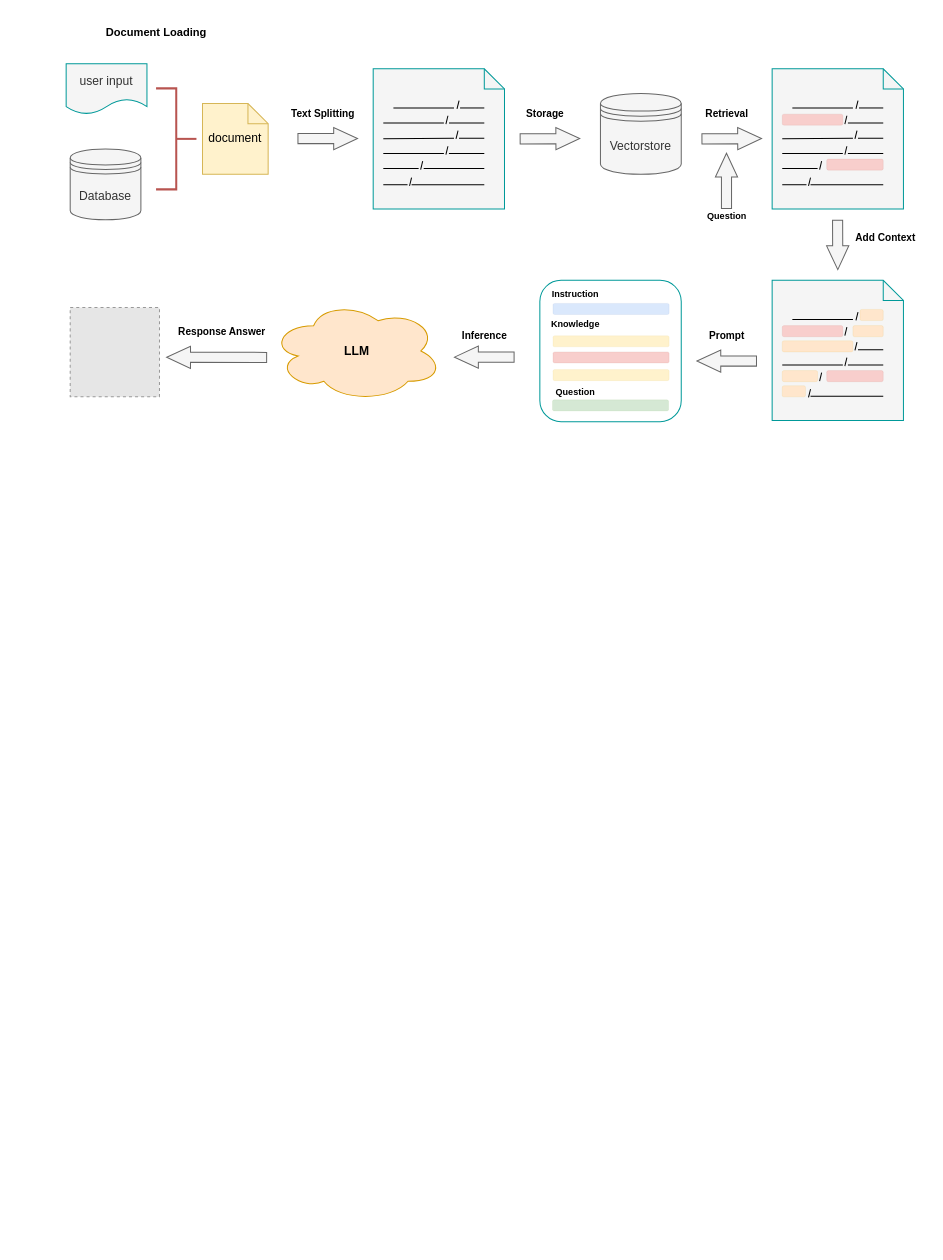
Above: page "option-3" (11 of 13) of research.drawio in Asimok/draw (draw.io), before the change. Source tidied: cells renumbered, new cells numbered last; positions are measured from the earlier drawing's top-left corner, leaving out a move shared by most shapes. Both pictures are drawn from the tidied source at 101%, with x=0, y=0 at pixel (66, 17). Pictures stored in the file or linked from it are replaced by grey dashed boxes.
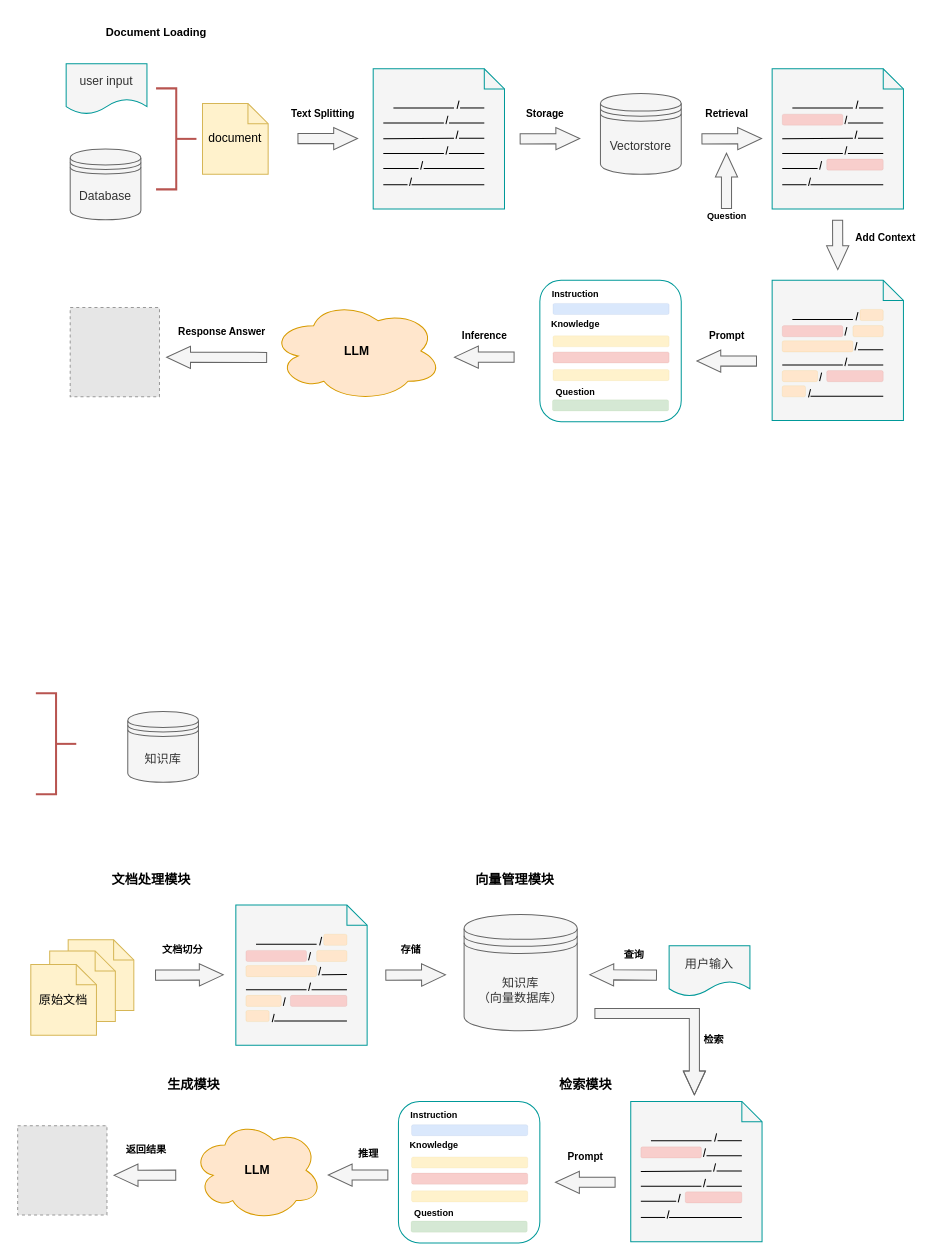
After the change.

Change to the diagram source:
```diff
@@
+    <mxCell id="92" value="知识库" style="shape=datastore;whiteSpace=wrap;html=1;fillColor=#f5f5f5;strokeColor=#666666;fontColor=#333333;" parent="1" vertex="1">
+      <mxGeometry x="61" y="687" width="70" height="70" as="geometry" />
+    </mxCell>
+    <mxCell id="93" style="shape=note;size=20;whiteSpace=wrap;html=1;fillColor=#fff2cc;strokeColor=#d6b656;" parent="1" vertex="1">
+      <mxGeometry x="2" y="913" width="65" height="70" as="geometry" />
+    </mxCell>
+    <mxCell id="94" value="&lt;b style=&quot;&quot;&gt;&lt;font style=&quot;font-size: 13px;&quot;&gt;文档处理模块&lt;/font&gt;&lt;/b&gt;" style="text;html=1;align=center;verticalAlign=middle;strokeColor=none;fillColor=none;" parent="1" vertex="1">
+      <mxGeometry x="34" y="838" width="100" height="30" as="geometry" />
+    </mxCell>
+    <mxCell id="95" value="&lt;b&gt;&lt;font style=&quot;font-size: 10px;&quot;&gt;文档切分&lt;/font&gt;&lt;/b&gt;" style="text;html=1;align=center;verticalAlign=middle;strokeColor=none;fillColor=none;" parent="1" vertex="1">
+      <mxGeometry x="84.5" y="907.5" width="60" height="30" as="geometry" />
+    </mxCell>
+    <mxCell id="96" style="strokeWidth=2;html=1;shape=mxgraph.flowchart.annotation_2;align=left;labelPosition=right;direction=west;fillColor=#f8cecc;strokeColor=#b85450;" parent="1" vertex="1">
+      <mxGeometry x="-30" y="669" width="40" height="100" as="geometry" />
+    </mxCell>
+    <mxCell id="97" value="用户输入" style="shape=document;whiteSpace=wrap;html=1;boundedLbl=1;fillColor=#f5f5f5;fontColor=#333333;strokeColor=#009999;" parent="1" vertex="1">
+      <mxGeometry x="597" y="919" width="80" height="50" as="geometry" />
+    </mxCell>
+    <mxCell id="98" style="shape=flexArrow;endArrow=classic;html=1;rounded=0;endWidth=11;endSize=7.54;fillColor=#f5f5f5;strokeColor=#666666;" parent="1" edge="1">
+      <mxGeometry relative="1" as="geometry">
+        <mxPoint x="88" y="948" as="sourcePoint" />
+        <mxPoint x="156" y="947.7" as="targetPoint" />
+      </mxGeometry>
+    </mxCell>
+    <mxCell id="99" style="shape=flexArrow;endArrow=classic;html=1;rounded=0;endWidth=11;endSize=7.54;fillColor=#f5f5f5;strokeColor=#666666;" parent="1" edge="1">
+      <mxGeometry relative="1" as="geometry">
+        <mxPoint x="316" y="948" as="sourcePoint" />
+        <mxPoint x="376" y="947.7" as="targetPoint" />
+      </mxGeometry>
+    </mxCell>
+    <mxCell id="100" value="&lt;b&gt;&lt;font style=&quot;font-size: 10px;&quot;&gt;存储&lt;/font&gt;&lt;/b&gt;" style="text;html=1;align=center;verticalAlign=middle;strokeColor=none;fillColor=none;" parent="1" vertex="1">
+      <mxGeometry x="321" y="908" width="40" height="30" as="geometry" />
+    </mxCell>
+    <mxCell id="101" value="知识库&lt;div&gt;（向量数据库）&lt;/div&gt;" style="shape=datastore;whiteSpace=wrap;html=1;fillColor=#f5f5f5;strokeColor=#666666;fontColor=#333333;" parent="1" vertex="1">
+      <mxGeometry x="394" y="888" width="112" height="115" as="geometry" />
+    </mxCell>
+    <mxCell id="102" style="shape=flexArrow;endArrow=classic;html=1;rounded=0;endWidth=11;endSize=7.54;fillColor=#f5f5f5;strokeColor=#666666;" parent="1" edge="1">
+      <mxGeometry relative="1" as="geometry">
+        <mxPoint x="523" y="986" as="sourcePoint" />
+        <mxPoint x="622" y="1067" as="targetPoint" />
+        <Array as="points">
+          <mxPoint x="622" y="986" />
+        </Array>
+      </mxGeometry>
+    </mxCell>
+    <mxCell id="103" style="shape=flexArrow;endArrow=classic;html=1;rounded=0;endWidth=11;endSize=7.54;fillColor=#f5f5f5;strokeColor=#666666;" parent="1" edge="1">
+      <mxGeometry relative="1" as="geometry">
+        <mxPoint x="585" y="948" as="sourcePoint" />
+        <mxPoint x="518" y="947.5" as="targetPoint" />
+      </mxGeometry>
+    </mxCell>
+    <mxCell id="104" value="&lt;b style=&quot;border-color: var(--border-color);&quot;&gt;&lt;font style=&quot;border-color: var(--border-color); font-size: 10px;&quot;&gt;查询&lt;/font&gt;&lt;/b&gt;" style="text;html=1;align=center;verticalAlign=middle;strokeColor=none;fillColor=none;" parent="1" vertex="1">
+      <mxGeometry x="542" y="913" width="40" height="30" as="geometry" />
+    </mxCell>
+    <mxCell id="105" value="&lt;b&gt;&lt;font style=&quot;font-size: 10px;&quot;&gt;检索&lt;/font&gt;&lt;/b&gt;" style="text;html=1;align=center;verticalAlign=middle;strokeColor=none;fillColor=none;" parent="1" vertex="1">
+      <mxGeometry x="621" y="997" width="40" height="30" as="geometry" />
+    </mxCell>
+    <mxCell id="106" style="shape=note;size=20;whiteSpace=wrap;html=1;fillColor=#f5f5f5;strokeColor=#009999;strokeWidth=1;fontColor=#333333;" parent="1" vertex="1">
+      <mxGeometry x="559" y="1073.1" width="130" height="138.8" as="geometry" />
+    </mxCell>
+    <mxCell id="107" style="endArrow=none;html=1;rounded=0;" parent="1" edge="1">
+      <mxGeometry relative="1" as="geometry">
+        <mxPoint x="579" y="1111.9" as="sourcePoint" />
+        <mxPoint x="639" y="1111.9" as="targetPoint" />
+      </mxGeometry>
+    </mxCell>
+    <mxCell id="108" style="endArrow=none;html=1;rounded=0;jumpSize=4;" parent="1" edge="1">
+      <mxGeometry relative="1" as="geometry">
+        <mxPoint x="642" y="1112.9" as="sourcePoint" />
+        <mxPoint x="644" y="1104.6" as="targetPoint" />
+      </mxGeometry>
+    </mxCell>
+    <mxCell id="109" style="endArrow=none;html=1;rounded=0;entryX=0.917;entryY=0.218;entryDx=0;entryDy=0;entryPerimeter=0;" parent="1" edge="1">
+      <mxGeometry relative="1" as="geometry">
+        <mxPoint x="645" y="1111.9" as="sourcePoint" />
+        <mxPoint x="669" y="1111.9" as="targetPoint" />
+      </mxGeometry>
+    </mxCell>
+    <mxCell id="110" style="endArrow=none;html=1;rounded=0;jumpSize=4;" parent="1" edge="1">
+      <mxGeometry relative="1" as="geometry">
+        <mxPoint x="631" y="1127.9" as="sourcePoint" />
+        <mxPoint x="633" y="1119.6" as="targetPoint" />
+      </mxGeometry>
+    </mxCell>
+    <mxCell id="111" style="endArrow=none;html=1;rounded=0;" parent="1" edge="1">
+      <mxGeometry relative="1" as="geometry">
+        <mxPoint x="634" y="1126.9" as="sourcePoint" />
+        <mxPoint x="669" y="1126.9" as="targetPoint" />
+      </mxGeometry>
+    </mxCell>
+    <mxCell id="112" style="endArrow=none;html=1;rounded=0;" parent="1" edge="1">
+      <mxGeometry relative="1" as="geometry">
+        <mxPoint x="569" y="1142.3" as="sourcePoint" />
+        <mxPoint x="639" y="1141.9" as="targetPoint" />
+      </mxGeometry>
+    </mxCell>
+    <mxCell id="113" style="endArrow=none;html=1;rounded=0;jumpSize=4;" parent="1" edge="1">
+      <mxGeometry relative="1" as="geometry">
+        <mxPoint x="641" y="1142.6" as="sourcePoint" />
+        <mxPoint x="643" y="1134.4" as="targetPoint" />
+      </mxGeometry>
+    </mxCell>
+    <mxCell id="114" style="endArrow=none;html=1;rounded=0;" parent="1" edge="1">
+      <mxGeometry relative="1" as="geometry">
+        <mxPoint x="644" y="1142" as="sourcePoint" />
+        <mxPoint x="669" y="1141.9" as="targetPoint" />
+      </mxGeometry>
+    </mxCell>
+    <mxCell id="115" style="endArrow=none;html=1;rounded=0;" parent="1" edge="1">
+      <mxGeometry relative="1" as="geometry">
+        <mxPoint x="569" y="1157" as="sourcePoint" />
+        <mxPoint x="629" y="1157" as="targetPoint" />
+      </mxGeometry>
+    </mxCell>
+    <mxCell id="116" style="endArrow=none;html=1;rounded=0;jumpSize=4;" parent="1" edge="1">
+      <mxGeometry relative="1" as="geometry">
+        <mxPoint x="631" y="1158" as="sourcePoint" />
+        <mxPoint x="633" y="1149.8" as="targetPoint" />
+      </mxGeometry>
+    </mxCell>
+    <mxCell id="117" style="endArrow=none;html=1;rounded=0;" parent="1" edge="1">
+      <mxGeometry relative="1" as="geometry">
+        <mxPoint x="634" y="1157" as="sourcePoint" />
+        <mxPoint x="669" y="1157" as="targetPoint" />
+      </mxGeometry>
+    </mxCell>
+    <mxCell id="118" style="endArrow=none;html=1;rounded=0;" parent="1" edge="1">
+      <mxGeometry relative="1" as="geometry">
+        <mxPoint x="569" y="1171.9" as="sourcePoint" />
+        <mxPoint x="604" y="1171.9" as="targetPoint" />
+      </mxGeometry>
+    </mxCell>
+    <mxCell id="119" style="endArrow=none;html=1;rounded=0;jumpSize=4;" parent="1" edge="1">
+      <mxGeometry relative="1" as="geometry">
+        <mxPoint x="606" y="1172.9" as="sourcePoint" />
+        <mxPoint x="608" y="1164.6" as="targetPoint" />
+      </mxGeometry>
+    </mxCell>
+    <mxCell id="120" style="endArrow=none;html=1;rounded=0;entryX=0.917;entryY=0.218;entryDx=0;entryDy=0;entryPerimeter=0;" parent="1" edge="1">
+      <mxGeometry relative="1" as="geometry">
+        <mxPoint x="569" y="1187.9" as="sourcePoint" />
+        <mxPoint x="593" y="1187.9" as="targetPoint" />
+      </mxGeometry>
+    </mxCell>
+    <mxCell id="121" style="endArrow=none;html=1;rounded=0;jumpSize=4;" parent="1" edge="1">
+      <mxGeometry relative="1" as="geometry">
+        <mxPoint x="595" y="1189.1" as="sourcePoint" />
+        <mxPoint x="597" y="1180.9" as="targetPoint" />
+      </mxGeometry>
+    </mxCell>
+    <mxCell id="122" style="endArrow=none;html=1;rounded=0;" parent="1" edge="1">
+      <mxGeometry relative="1" as="geometry">
+        <mxPoint x="597" y="1187.9" as="sourcePoint" />
+        <mxPoint x="669" y="1187.9" as="targetPoint" />
+      </mxGeometry>
+    </mxCell>
+    <mxCell id="123" style="rounded=1;whiteSpace=wrap;html=1;fillColor=#f8cecc;strokeColor=#b85450;strokeWidth=0;" parent="1" vertex="1">
+      <mxGeometry x="569" y="1118" width="60" height="11" as="geometry" />
+    </mxCell>
+    <mxCell id="124" style="rounded=1;whiteSpace=wrap;html=1;fillColor=#f8cecc;strokeColor=#b85450;strokeWidth=0;" parent="1" vertex="1">
+      <mxGeometry x="613" y="1162.5" width="56" height="11" as="geometry" />
+    </mxCell>
+    <mxCell id="125" style="shape=note;size=20;whiteSpace=wrap;html=1;fillColor=#f5f5f5;strokeColor=#009999;fontColor=#333333;" parent="1" vertex="1">
+      <mxGeometry x="168" y="878.6" width="130" height="138.8" as="geometry" />
+    </mxCell>
+    <mxCell id="126" style="endArrow=none;html=1;rounded=0;" parent="1" edge="1">
+      <mxGeometry relative="1" as="geometry">
+        <mxPoint x="188" y="917.4" as="sourcePoint" />
+        <mxPoint x="248" y="917.4" as="targetPoint" />
+      </mxGeometry>
+    </mxCell>
+    <mxCell id="127" style="endArrow=none;html=1;rounded=0;jumpSize=4;" parent="1" edge="1">
+      <mxGeometry relative="1" as="geometry">
+        <mxPoint x="251" y="918.4" as="sourcePoint" />
+        <mxPoint x="253" y="910.1" as="targetPoint" />
+      </mxGeometry>
+    </mxCell>
+    <mxCell id="128" style="endArrow=none;html=1;rounded=0;jumpSize=4;" parent="1" edge="1">
+      <mxGeometry relative="1" as="geometry">
+        <mxPoint x="240" y="933.4" as="sourcePoint" />
+        <mxPoint x="242" y="925.1" as="targetPoint" />
+      </mxGeometry>
+    </mxCell>
+    <mxCell id="129" style="endArrow=none;html=1;rounded=0;jumpSize=4;" parent="1" edge="1">
+      <mxGeometry relative="1" as="geometry">
+        <mxPoint x="250" y="948.1" as="sourcePoint" />
+        <mxPoint x="252" y="939.9" as="targetPoint" />
+      </mxGeometry>
+    </mxCell>
+    <mxCell id="130" style="endArrow=none;html=1;rounded=0;" parent="1" edge="1">
+      <mxGeometry relative="1" as="geometry">
+        <mxPoint x="253" y="947.5" as="sourcePoint" />
+        <mxPoint x="278" y="947.4" as="targetPoint" />
+      </mxGeometry>
+    </mxCell>
+    <mxCell id="131" style="endArrow=none;html=1;rounded=0;" parent="1" edge="1">
+      <mxGeometry relative="1" as="geometry">
+        <mxPoint x="178" y="962.5" as="sourcePoint" />
+        <mxPoint x="238" y="962.5" as="targetPoint" />
+      </mxGeometry>
+    </mxCell>
+    <mxCell id="132" style="endArrow=none;html=1;rounded=0;jumpSize=4;" parent="1" edge="1">
+      <mxGeometry relative="1" as="geometry">
+        <mxPoint x="240" y="963.5" as="sourcePoint" />
+        <mxPoint x="242" y="955.3" as="targetPoint" />
+      </mxGeometry>
+    </mxCell>
+    <mxCell id="133" style="endArrow=none;html=1;rounded=0;" parent="1" edge="1">
+      <mxGeometry relative="1" as="geometry">
+        <mxPoint x="243" y="962.5" as="sourcePoint" />
+        <mxPoint x="278" y="962.5" as="targetPoint" />
+      </mxGeometry>
+    </mxCell>
+    <mxCell id="134" style="endArrow=none;html=1;rounded=0;jumpSize=4;" parent="1" edge="1">
+      <mxGeometry relative="1" as="geometry">
+        <mxPoint x="215" y="978.4" as="sourcePoint" />
+        <mxPoint x="217" y="970.1" as="targetPoint" />
+      </mxGeometry>
+    </mxCell>
+    <mxCell id="135" style="endArrow=none;html=1;rounded=0;jumpSize=4;" parent="1" edge="1">
+      <mxGeometry relative="1" as="geometry">
+        <mxPoint x="204" y="994.6" as="sourcePoint" />
+        <mxPoint x="206" y="986.4" as="targetPoint" />
+      </mxGeometry>
+    </mxCell>
+    <mxCell id="136" style="endArrow=none;html=1;rounded=0;" parent="1" edge="1">
+      <mxGeometry relative="1" as="geometry">
+        <mxPoint x="206" y="993.4" as="sourcePoint" />
+        <mxPoint x="278" y="993.4" as="targetPoint" />
+      </mxGeometry>
+    </mxCell>
+    <mxCell id="137" style="rounded=1;whiteSpace=wrap;html=1;fillColor=#f8cecc;strokeColor=#b85450;strokeWidth=0;" parent="1" vertex="1">
+      <mxGeometry x="178" y="923.5" width="60" height="11" as="geometry" />
+    </mxCell>
+    <mxCell id="138" style="rounded=1;whiteSpace=wrap;html=1;fillColor=#f8cecc;strokeColor=#b85450;strokeWidth=0;" parent="1" vertex="1">
+      <mxGeometry x="222" y="968" width="56" height="11" as="geometry" />
+    </mxCell>
+    <mxCell id="139" style="rounded=1;whiteSpace=wrap;html=1;fillColor=#ffe6cc;strokeColor=#d79b00;strokeWidth=0;" parent="1" vertex="1">
+      <mxGeometry x="255" y="907.5" width="23" height="11" as="geometry" />
+    </mxCell>
+    <mxCell id="140" style="rounded=1;whiteSpace=wrap;html=1;fillColor=#ffe6cc;strokeColor=#d79b00;strokeWidth=0;" parent="1" vertex="1">
+      <mxGeometry x="248" y="923.5" width="30" height="11" as="geometry" />
+    </mxCell>
+    <mxCell id="141" style="rounded=1;whiteSpace=wrap;html=1;fillColor=#ffe6cc;strokeColor=#d79b00;strokeWidth=0;" parent="1" vertex="1">
+      <mxGeometry x="178" y="938.5" width="70" height="11" as="geometry" />
+    </mxCell>
+    <mxCell id="142" style="rounded=1;whiteSpace=wrap;html=1;fillColor=#ffe6cc;strokeColor=#d79b00;strokeWidth=0;" parent="1" vertex="1">
+      <mxGeometry x="178" y="968" width="35" height="11" as="geometry" />
+    </mxCell>
+    <mxCell id="143" style="rounded=1;whiteSpace=wrap;html=1;fillColor=#ffe6cc;strokeColor=#d79b00;strokeWidth=0;" parent="1" vertex="1">
+      <mxGeometry x="178" y="983" width="23" height="11" as="geometry" />
+    </mxCell>
+    <mxCell id="144" style="shape=flexArrow;endArrow=classic;html=1;rounded=0;endWidth=11;endSize=7.54;fillColor=#f5f5f5;strokeColor=#666666;" parent="1" edge="1">
+      <mxGeometry relative="1" as="geometry">
+        <mxPoint x="544" y="1153.1" as="sourcePoint" />
+        <mxPoint x="484" y="1153.1" as="targetPoint" />
+      </mxGeometry>
+    </mxCell>
+    <mxCell id="145" value="&lt;b&gt;&lt;font style=&quot;font-size: 10px;&quot;&gt;Prompt&lt;/font&gt;&lt;/b&gt;" style="text;html=1;align=center;verticalAlign=middle;strokeColor=none;fillColor=none;" parent="1" vertex="1">
+      <mxGeometry x="484" y="1113" width="60" height="30" as="geometry" />
+    </mxCell>
+    <mxCell id="146" style="rounded=1;whiteSpace=wrap;html=1;strokeColor=#009999;" parent="1" vertex="1">
+      <mxGeometry x="329" y="1073.1" width="140" height="140" as="geometry" />
+    </mxCell>
+    <mxCell id="147" value="&lt;b&gt;&lt;font style=&quot;font-size: 9px;&quot;&gt;Instruction&lt;/font&gt;&lt;/b&gt;" style="text;html=1;align=center;verticalAlign=middle;strokeColor=none;fillColor=none;" parent="1" vertex="1">
+      <mxGeometry x="329" y="1071" width="70" height="30" as="geometry" />
+    </mxCell>
+    <mxCell id="148" style="rounded=1;whiteSpace=wrap;html=1;fillColor=#dae8fc;strokeColor=#6c8ebf;strokeWidth=0;" parent="1" vertex="1">
+      <mxGeometry x="342" y="1096" width="115" height="11" as="geometry" />
+    </mxCell>
+    <mxCell id="149" style="rounded=1;whiteSpace=wrap;html=1;fillColor=#fff2cc;strokeColor=#d6b656;strokeWidth=0;" parent="1" vertex="1">
+      <mxGeometry x="342" y="1128" width="115" height="11" as="geometry" />
+    </mxCell>
+    <mxCell id="150" value="&lt;b&gt;&lt;font style=&quot;font-size: 9px;&quot;&gt;Knowledge&lt;/font&gt;&lt;/b&gt;" style="text;html=1;align=center;verticalAlign=middle;strokeColor=none;fillColor=none;" parent="1" vertex="1">
+      <mxGeometry x="329" y="1101" width="70" height="30" as="geometry" />
+    </mxCell>
+    <mxCell id="151" style="rounded=1;whiteSpace=wrap;html=1;fillColor=#f8cecc;strokeColor=#b85450;strokeWidth=0;" parent="1" vertex="1">
+      <mxGeometry x="342" y="1144" width="115" height="11" as="geometry" />
+    </mxCell>
+    <mxCell id="152" style="rounded=1;whiteSpace=wrap;html=1;fillColor=#fff2cc;strokeColor=#d6b656;strokeWidth=0;" parent="1" vertex="1">
+      <mxGeometry x="342" y="1161.5" width="115" height="11" as="geometry" />
+    </mxCell>
+    <mxCell id="153" value="&lt;b&gt;&lt;font style=&quot;font-size: 9px;&quot;&gt;Question&lt;/font&gt;&lt;/b&gt;" style="text;html=1;align=center;verticalAlign=middle;strokeColor=none;fillColor=none;" parent="1" vertex="1">
+      <mxGeometry x="334" y="1168" width="60" height="30" as="geometry" />
+    </mxCell>
+    <mxCell id="154" style="rounded=1;whiteSpace=wrap;html=1;fillColor=#d5e8d4;strokeColor=#82b366;strokeWidth=0;" parent="1" vertex="1">
+      <mxGeometry x="341.5" y="1191.5" width="115" height="11" as="geometry" />
+    </mxCell>
+    <mxCell id="155" style="shape=flexArrow;endArrow=classic;html=1;rounded=0;endWidth=11;endSize=7.54;fillColor=#f5f5f5;strokeColor=#666666;" parent="1" edge="1">
+      <mxGeometry relative="1" as="geometry">
+        <mxPoint x="109" y="1146" as="sourcePoint" />
+        <mxPoint x="47" y="1146.2" as="targetPoint" />
+      </mxGeometry>
+    </mxCell>
+    <mxCell id="156" style="shape=flexArrow;endArrow=classic;html=1;rounded=0;endWidth=11;endSize=7.54;fillColor=#f5f5f5;strokeColor=#666666;" parent="1" edge="1">
+      <mxGeometry relative="1" as="geometry">
+        <mxPoint x="319" y="1145.9" as="sourcePoint" />
+        <mxPoint x="259" y="1145.9" as="targetPoint" />
+      </mxGeometry>
+    </mxCell>
+    <mxCell id="157" value="&lt;b&gt;LLM&lt;/b&gt;" style="ellipse;shape=cloud;whiteSpace=wrap;html=1;fillColor=#ffe6cc;strokeColor=#d79b00;" parent="1" vertex="1">
+      <mxGeometry x="125" y="1091.2" width="128.5" height="100" as="geometry" />
+    </mxCell>
+    <mxCell id="158" value="&lt;b&gt;&lt;font style=&quot;font-size: 10px;&quot;&gt;推理&lt;/font&gt;&lt;/b&gt;" style="text;html=1;align=center;verticalAlign=middle;strokeColor=none;fillColor=none;" parent="1" vertex="1">
+      <mxGeometry x="279" y="1109.9" width="40" height="30" as="geometry" />
+    </mxCell>
+    <mxCell id="159" value="&lt;b&gt;&lt;font style=&quot;font-size: 10px;&quot;&gt;返回结果&lt;/font&gt;&lt;/b&gt;" style="text;html=1;align=center;verticalAlign=middle;strokeColor=none;fillColor=none;" parent="1" vertex="1">
+      <mxGeometry x="49" y="1105.9" width="60" height="30" as="geometry" />
+    </mxCell>
+    <mxCell id="160" style="fillColor=#E6E6E6;strokeColor=#999999;dashed=1;verticalLabelPosition=bottom;labelBackgroundColor=default;verticalAlign=top;" parent="1" vertex="1">
+      <mxGeometry x="-48" y="1097" width="88.4" height="88.4" as="geometry" />
+    </mxCell>
+    <mxCell id="161" value="&lt;b style=&quot;&quot;&gt;&lt;font style=&quot;font-size: 13px;&quot;&gt;向量管理模块&lt;/font&gt;&lt;/b&gt;" style="text;html=1;align=center;verticalAlign=middle;strokeColor=none;fillColor=none;" parent="1" vertex="1">
+      <mxGeometry x="394" y="838" width="100" height="30" as="geometry" />
+    </mxCell>
+    <mxCell id="162" value="&lt;b style=&quot;&quot;&gt;&lt;font style=&quot;font-size: 13px;&quot;&gt;检索模块&lt;/font&gt;&lt;/b&gt;" style="text;html=1;align=center;verticalAlign=middle;strokeColor=none;fillColor=none;" parent="1" vertex="1">
+      <mxGeometry x="474" y="1041" width="80" height="30" as="geometry" />
+    </mxCell>
+    <mxCell id="163" value="&lt;b style=&quot;&quot;&gt;&lt;font style=&quot;font-size: 13px;&quot;&gt;生成模块&lt;/font&gt;&lt;/b&gt;" style="text;html=1;align=center;verticalAlign=middle;strokeColor=none;fillColor=none;" parent="1" vertex="1">
+      <mxGeometry x="85.5" y="1041" width="80" height="30" as="geometry" />
+    </mxCell>
+    <mxCell id="164" style="shape=note;size=20;whiteSpace=wrap;html=1;fillColor=#fff2cc;strokeColor=#d6b656;" parent="1" vertex="1">
+      <mxGeometry x="-16.3" y="924" width="65" height="70" as="geometry" />
+    </mxCell>
+    <mxCell id="165" value="原始文档" style="shape=note;size=20;whiteSpace=wrap;html=1;fillColor=#fff2cc;strokeColor=#d6b656;" parent="1" vertex="1">
+      <mxGeometry x="-35" y="937.5" width="65" height="70" as="geometry" />
+    </mxCell>
```
